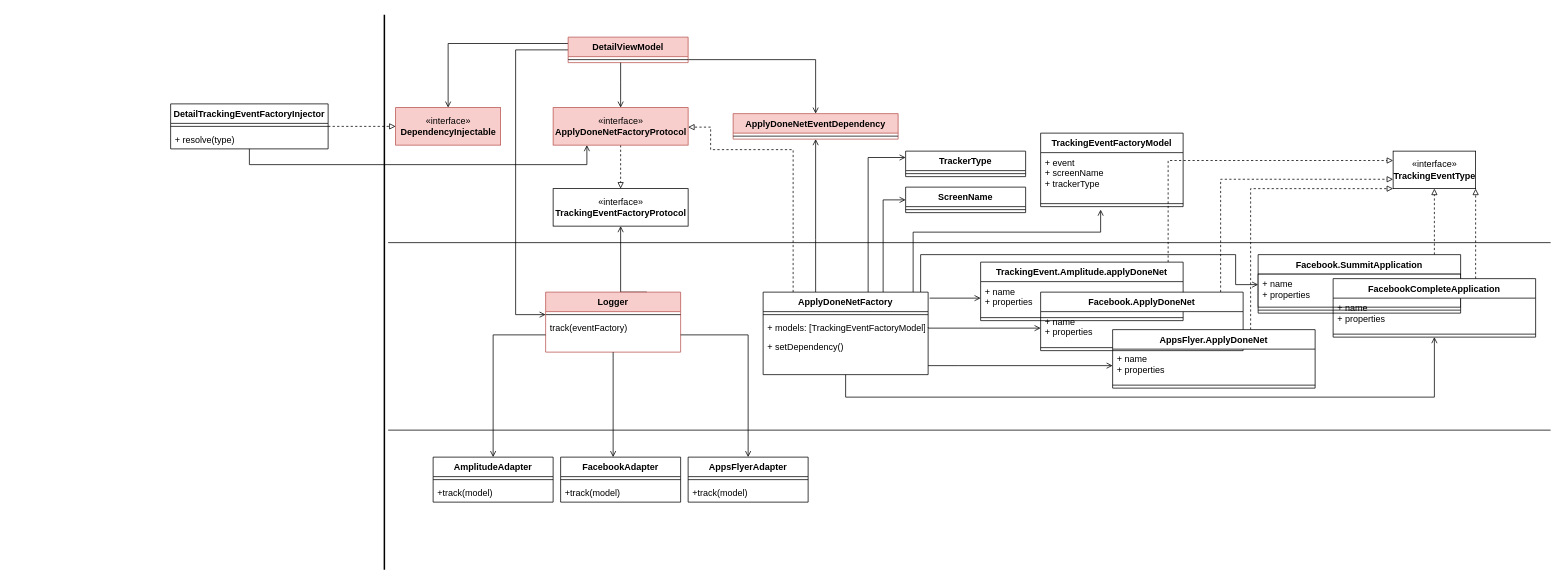
gookhee/diagrams keeps this draw.io diagram as page "변경" (2 of 2) of TrackingEvent.drawio. Above is the earlier version. Source tidied: cells renumbered, new cells numbered last; positions are measured from the earlier drawing's top-left corner, leaving out a move shared by most shapes. Both pictures are drawn from the tidied source at 75%, with x=0, y=0 at pixel (170, 14).
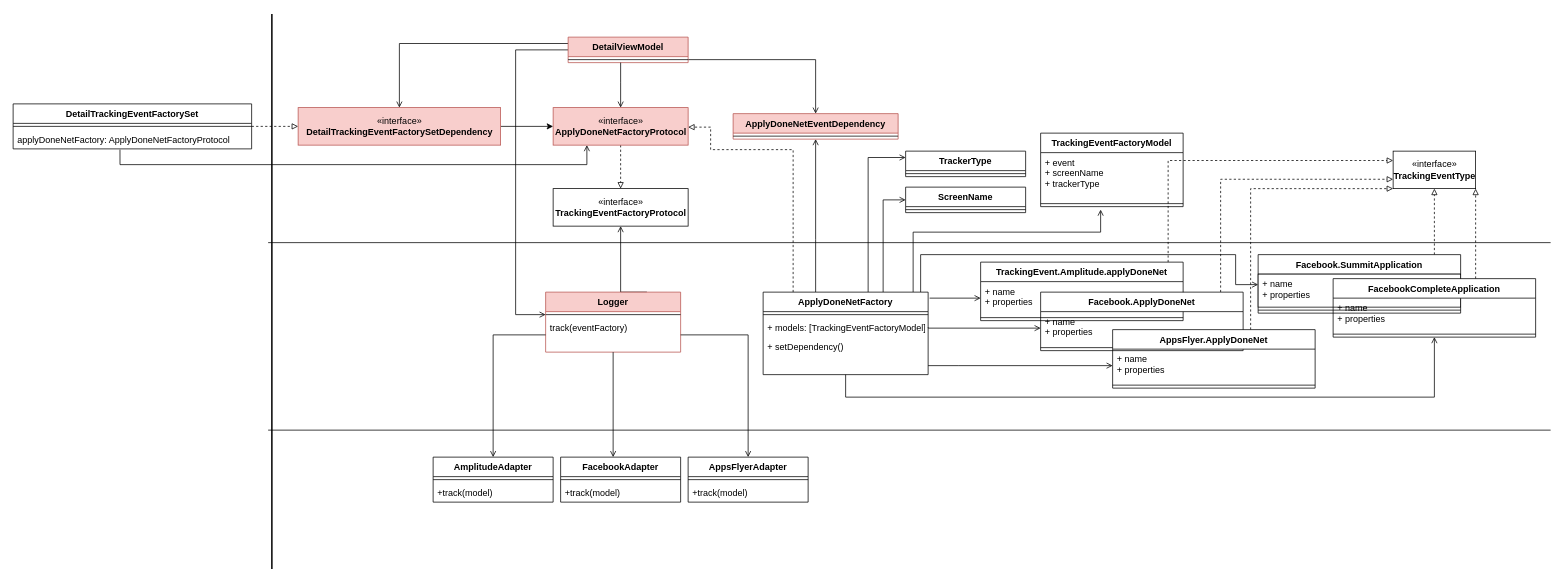
The same page after the edit.

Unchanged cells that the change refers to:
```xml
<mxCell id="26" value="«interface»&lt;br&gt;&lt;b&gt;ApplyDoneNetFactoryProtocol&lt;/b&gt;" style="html=1;fillColor=#f8cecc;strokeColor=#b85450;" parent="1" vertex="1">
  <mxGeometry x="510" y="124" width="180" height="50" as="geometry" />
</mxCell>
```

The edit, as a diff of the source:
```diff
@@
     <mxCell id="6" style="line;strokeWidth=1;fillColor=none;align=left;verticalAlign=middle;spacingTop=-1;spacingLeft=3;spacingRight=3;labelPosition=right;" parent="1" vertex="1">
-      <mxGeometry x="290" y="300" width="1550" height="8" as="geometry" />
+      <mxGeometry x="130" y="300" width="1710" height="8" as="geometry" />
     </mxCell>
     <mxCell id="7" style="line;strokeWidth=1;fillColor=none;align=left;verticalAlign=middle;spacingTop=-1;spacingLeft=3;spacingRight=3;labelPosition=right;" parent="1" vertex="1">
-      <mxGeometry x="290" y="550" width="1550" height="8" as="geometry" />
+      <mxGeometry x="130" y="550" width="1710" height="8" as="geometry" />
     </mxCell>
@@
+    <mxCell id="80" style="edgeStyle=orthogonalEdgeStyle;rounded=0;jettySize=auto;html=1;" parent="1" edge="1" source="40" target="26">
+      <mxGeometry relative="1" as="geometry" />
+    </mxCell>
-    <mxCell id="40" value="«interface»&lt;br&gt;&lt;b&gt;DependencyInjectable&lt;/b&gt;" style="html=1;fillColor=#f8cecc;strokeColor=#b85450;" parent="1" vertex="1">
-      <mxGeometry x="300" y="124" width="140" height="50" as="geometry" />
+    <mxCell id="40" value="«interface»&lt;br&gt;&lt;b&gt;DetailTrackingEventFactorySet&lt;/b&gt;&lt;b&gt;Dependency&lt;/b&gt;&lt;b&gt;&lt;br&gt;&lt;/b&gt;" style="html=1;fillColor=#f8cecc;strokeColor=#b85450;" parent="1" vertex="1">
+      <mxGeometry x="170" y="124" width="270" height="50" as="geometry" />
     </mxCell>
@@
-    <mxCell id="42" value="DetailTrackingEventFactoryInjector&#10;" style="swimlane;fontStyle=1;align=center;verticalAlign=top;horizontal=1;startSize=26;" parent="1" vertex="1">
-      <mxGeometry y="119" width="210" height="60" as="geometry" />
+    <mxCell id="42" value="DetailTrackingEventFactorySet&#10;" style="swimlane;fontStyle=1;align=center;verticalAlign=top;horizontal=1;startSize=26;" parent="1" vertex="1">
+      <mxGeometry x="-210" y="119" width="318" height="60" as="geometry" />
     </mxCell>
     <mxCell id="43" style="line;strokeWidth=1;fillColor=none;align=left;verticalAlign=middle;spacingTop=-1;spacingLeft=3;spacingRight=3;labelPosition=right;" parent="42" vertex="1">
-      <mxGeometry y="26" width="210" height="8" as="geometry" />
+      <mxGeometry y="26" width="318" height="8" as="geometry" />
     </mxCell>
-    <mxCell id="44" value="+ resolve(type)" style="text;strokeColor=none;fillColor=none;align=left;verticalAlign=top;spacingLeft=4;spacingRight=4;overflow=hidden;points=[[0,0.5],[1,0.5]];portConstraint=eastwest;" parent="42" vertex="1">
-      <mxGeometry y="34" width="210" height="26" as="geometry" />
+    <mxCell id="44" value="applyDoneNetFactory: ApplyDoneNetFactoryProtocol" style="text;strokeColor=none;fillColor=none;align=left;verticalAlign=top;spacingLeft=4;spacingRight=4;overflow=hidden;points=[[0,0.5],[1,0.5]];portConstraint=eastwest;" parent="42" vertex="1">
+      <mxGeometry y="34" width="318" height="26" as="geometry" />
     </mxCell>
@@
-    <mxCell id="66" style="edgeStyle=orthogonalEdgeStyle;rounded=0;jettySize=auto;html=1;endArrow=open;endFill=0;entryX=0.25;entryY=1;entryDx=0;entryDy=0;" parent="1" edge="1" source="44" target="26">
+    <mxCell id="66" style="edgeStyle=orthogonalEdgeStyle;rounded=0;jettySize=auto;html=1;endArrow=open;endFill=0;entryX=0.25;entryY=1;entryDx=0;entryDy=0;exitX=0.448;exitY=1.038;exitDx=0;exitDy=0;exitPerimeter=0;" parent="1" edge="1" source="44" target="26">
       <mxGeometry relative="1" as="geometry">
         <Array as="points">
-          <mxPoint x="105" y="200" />
+          <mxPoint x="-67" y="200" />
           <mxPoint x="555" y="200" />
         </Array>
       </mxGeometry>
     </mxCell>
     <mxCell id="67" style="line;strokeWidth=2;direction=south;html=1;" parent="1" vertex="1">
-      <mxGeometry x="280" width="10" height="740" as="geometry" />
+      <mxGeometry x="130" y="-1" width="10" height="740" as="geometry" />
     </mxCell>
```
